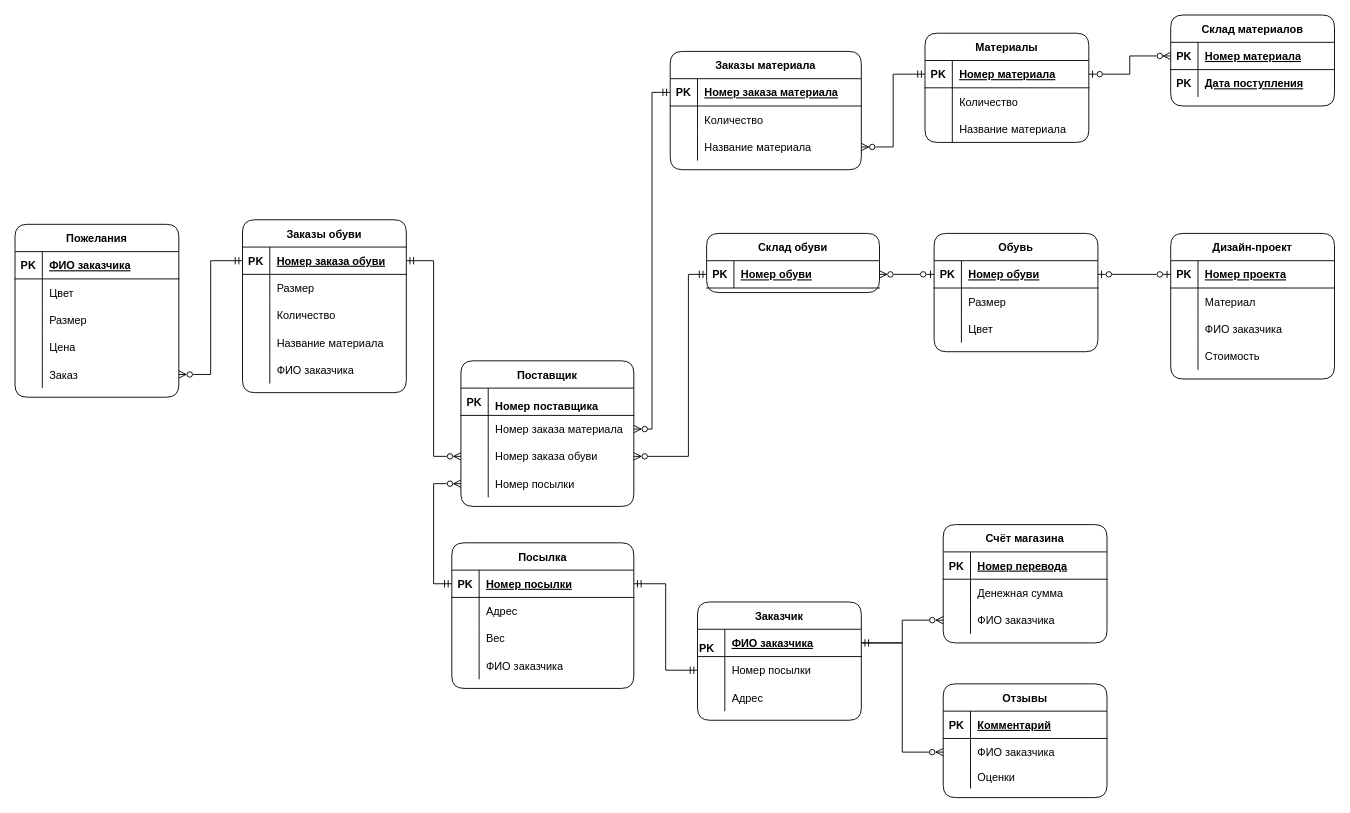
Earlier version of the draw.io diagram Er.drawio (MorozovStanislav/Repozitory). Source tidied: cells renumbered, new cells numbered last; positions are measured from the earlier drawing's top-left corner, leaving out a move shared by most shapes. Both pictures are drawn from the tidied source at 91%, with x=0, y=0 at pixel (15, 15).
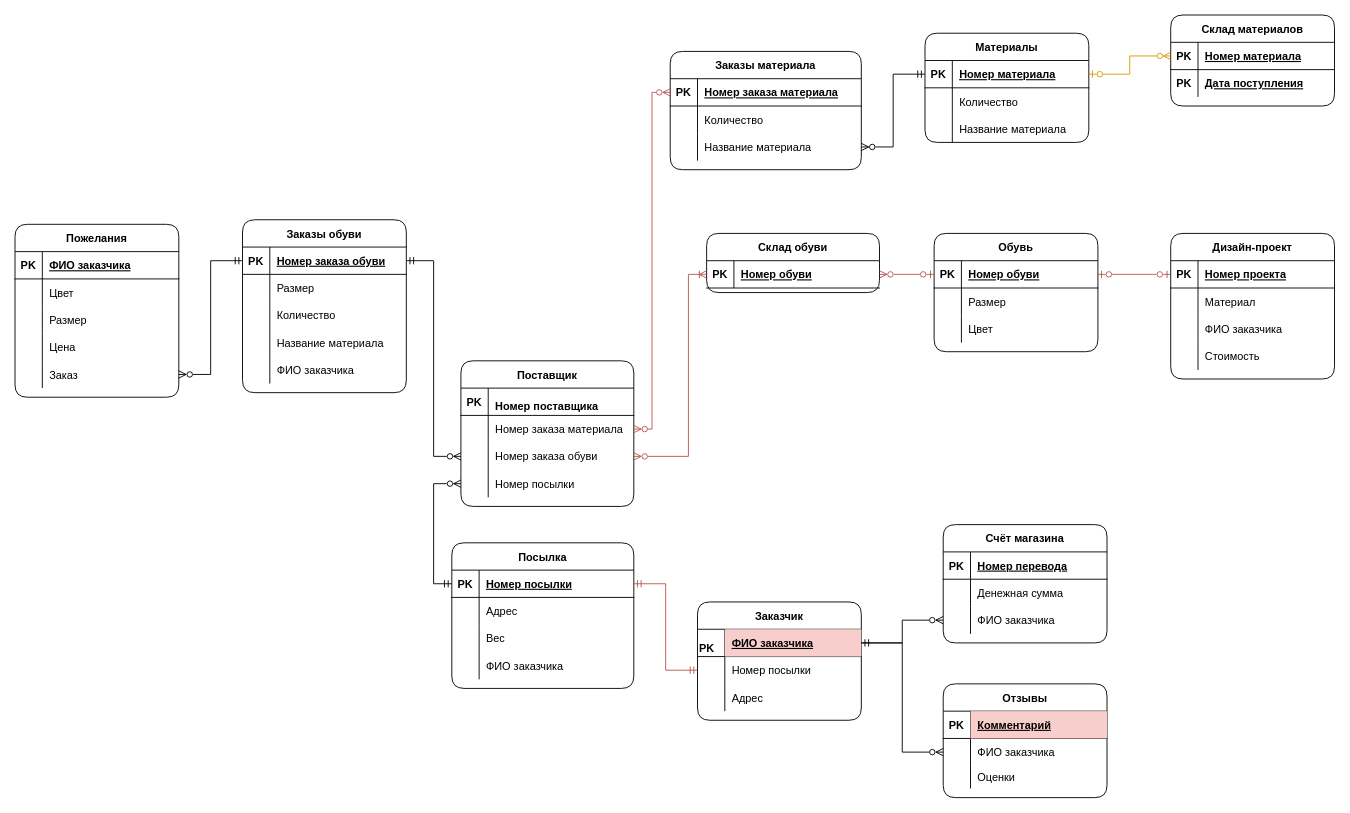
Above is the later version.

Unchanged cells that the change refers to:
```xml
<mxCell id="19" style="shape=partialRectangle;fillColor=none;top=0;left=0;bottom=1;right=0;points=[[0,0.5],[1,0.5]];portConstraint=eastwest;" parent="18" vertex="1">
  <mxGeometry y="30" width="210" height="30" as="geometry" />
</mxCell>
<mxCell id="45" style="shape=partialRectangle;fillColor=none;top=0;left=0;bottom=1;right=0;points=[[0,0.5],[1,0.5]];portConstraint=eastwest;" parent="44" vertex="1">
  <mxGeometry y="30" width="180" height="30" as="geometry" />
</mxCell>
<mxCell id="61" style="shape=partialRectangle;fillColor=none;top=0;left=0;bottom=1;right=0;points=[[0,0.5],[1,0.5]];portConstraint=eastwest;" parent="60" vertex="1">
  <mxGeometry y="30" width="180" height="30" as="geometry" />
</mxCell>
<mxCell id="81" style="shape=partialRectangle;fillColor=none;top=0;left=0;bottom=1;right=0;points=[[0,0.5],[1,0.5]];portConstraint=eastwest;" parent="80" vertex="1">
  <mxGeometry y="30" width="190" height="30" as="geometry" />
</mxCell>
<mxCell id="85" style="shape=partialRectangle;fillColor=none;top=0;left=0;bottom=1;right=0;points=[[0,0.5],[1,0.5]];portConstraint=eastwest;" parent="84" vertex="1">
  <mxGeometry y="30" width="200" height="30" as="geometry" />
</mxCell>
<mxCell id="101" style="shape=partialRectangle;fillColor=none;top=0;left=0;bottom=0;right=0;points=[[0,0.5],[1,0.5]];portConstraint=eastwest;rounded=1;sketch=0;" parent="97" vertex="1">
  <mxGeometry y="60" width="190" height="30" as="geometry" />
</mxCell>
<mxCell id="104" style="shape=partialRectangle;fillColor=none;top=0;left=0;bottom=0;right=0;points=[[0,0.5],[1,0.5]];portConstraint=eastwest;rounded=1;sketch=0;" parent="97" vertex="1">
  <mxGeometry y="90" width="190" height="30" as="geometry" />
</mxCell>
<mxCell id="115" style="shape=partialRectangle;fillColor=none;top=0;left=0;bottom=1;right=0;points=[[0,0.5],[1,0.5]];portConstraint=eastwest;rounded=1;sketch=0;align=left;verticalAlign=bottom;" parent="114" vertex="1">
  <mxGeometry y="30" width="180" height="30" as="geometry" />
</mxCell>
<mxCell id="118" style="shape=partialRectangle;fillColor=none;top=0;left=0;bottom=0;right=0;points=[[0,0.5],[1,0.5]];portConstraint=eastwest;rounded=1;sketch=0;align=left;verticalAlign=bottom;" parent="114" vertex="1">
  <mxGeometry y="60" width="180" height="30" as="geometry" />
</mxCell>
<mxCell id="130" style="shape=partialRectangle;fillColor=none;top=0;left=0;bottom=1;right=0;points=[[0,0.5],[1,0.5]];portConstraint=eastwest;" parent="129" vertex="1">
  <mxGeometry y="30" width="180" height="30" as="geometry" />
</mxCell>
<mxCell id="143" style="shape=partialRectangle;fillColor=none;top=0;left=0;bottom=1;right=0;points=[[0,0.5],[1,0.5]];portConstraint=eastwest;rounded=1;" parent="142" vertex="1">
  <mxGeometry y="30" width="180" height="30" as="geometry" />
</mxCell>
<mxCell id="150" style="shape=partialRectangle;fillColor=none;top=0;left=0;bottom=1;right=0;points=[[0,0.5],[1,0.5]];portConstraint=eastwest;rounded=1;" parent="149" vertex="1">
  <mxGeometry y="30" width="180" height="30" as="geometry" />
</mxCell>
```

Change to the diagram source:
```diff
@@
-    <mxCell id="63" value="Комментарий" style="shape=partialRectangle;fillColor=none;top=0;left=0;bottom=0;right=0;align=left;spacingLeft=6;fontStyle=5;overflow=hidden;" parent="61" vertex="1">
+    <mxCell id="63" value="Комментарий" style="shape=partialRectangle;fillColor=#f8cecc;top=0;left=0;bottom=0;right=0;align=left;spacingLeft=6;fontStyle=5;overflow=hidden;strokeColor=#b85450;" parent="61" vertex="1">
       <mxGeometry x="30" width="150" height="30" as="geometry" />
     </mxCell>
@@
-    <mxCell id="110" style="edgeStyle=orthogonalEdgeStyle;rounded=0;jettySize=auto;html=1;exitX=0;exitY=0.5;exitDx=0;exitDy=0;startArrow=ERmandOne;startFill=0;endArrow=ERzeroToMany;endFill=0;" parent="1" edge="1" source="81" target="104">
+    <mxCell id="110" style="edgeStyle=orthogonalEdgeStyle;rounded=0;jettySize=auto;html=1;exitX=0;exitY=0.5;exitDx=0;exitDy=0;startArrow=ERoneToMany;startFill=0;endArrow=ERzeroToMany;endFill=0;fillColor=#f8cecc;strokeColor=#b85450;" parent="1" edge="1" source="81" target="104">
       <mxGeometry relative="1" as="geometry">
         <Array as="points">
           <mxPoint x="740" y="285" />
           <mxPoint x="740" y="485" />
         </Array>
       </mxGeometry>
     </mxCell>
-    <mxCell id="111" style="edgeStyle=orthogonalEdgeStyle;rounded=0;jettySize=auto;html=1;startArrow=ERmandOne;startFill=0;endArrow=ERzeroToMany;endFill=0;" parent="1" edge="1" source="19" target="101">
+    <mxCell id="111" style="edgeStyle=orthogonalEdgeStyle;rounded=0;jettySize=auto;html=1;startArrow=ERzeroToMany;startFill=0;endArrow=ERzeroToMany;endFill=0;fillColor=#f8cecc;strokeColor=#b85450;" parent="1" edge="1" source="19" target="101">
       <mxGeometry relative="1" as="geometry" />
     </mxCell>
@@
-    <mxCell id="117" value="ФИО заказчика" style="shape=partialRectangle;fillColor=none;top=0;left=0;bottom=0;right=0;align=left;spacingLeft=6;fontStyle=5;overflow=hidden;rounded=1;sketch=0;" parent="115" vertex="1">
+    <mxCell id="117" value="ФИО заказчика" style="shape=partialRectangle;fillColor=#f8cecc;top=0;left=0;bottom=0;right=0;align=left;spacingLeft=6;fontStyle=5;overflow=hidden;rounded=1;sketch=0;strokeColor=#b85450;" parent="115" vertex="1">
       <mxGeometry x="30" width="150" height="30" as="geometry" />
     </mxCell>
@@
-    <mxCell id="126" style="edgeStyle=orthogonalEdgeStyle;rounded=0;jettySize=auto;html=1;entryX=0;entryY=0.5;entryDx=0;entryDy=0;startArrow=ERmandOne;startFill=0;endArrow=ERmandOne;endFill=0;" parent="1" edge="1" source="85" target="118">
+    <mxCell id="126" style="edgeStyle=orthogonalEdgeStyle;rounded=0;jettySize=auto;html=1;entryX=0;entryY=0.5;entryDx=0;entryDy=0;startArrow=ERmandOne;startFill=0;endArrow=ERmandOne;endFill=0;fillColor=#f8cecc;strokeColor=#b85450;" parent="1" edge="1" source="85" target="118">
       <mxGeometry relative="1" as="geometry" />
     </mxCell>
@@
-    <mxCell id="161" style="edgeStyle=orthogonalEdgeStyle;rounded=0;jettySize=auto;html=1;fontColor=#000000;startArrow=ERzeroToOne;startFill=0;endArrow=ERzeroToMany;endFill=0;" parent="1" edge="1" source="45" target="143">
+    <mxCell id="161" style="edgeStyle=orthogonalEdgeStyle;rounded=0;jettySize=auto;html=1;fontColor=#000000;startArrow=ERzeroToOne;startFill=0;endArrow=ERzeroToMany;endFill=0;fillColor=#ffe6cc;strokeColor=#d79b00;" parent="1" edge="1" source="45" target="143">
       <mxGeometry relative="1" as="geometry" />
     </mxCell>
-    <mxCell id="162" style="edgeStyle=orthogonalEdgeStyle;rounded=0;jettySize=auto;html=1;fontColor=#000000;startArrow=ERzeroToOne;startFill=0;endArrow=ERzeroToMany;endFill=0;" parent="1" edge="1" source="150" target="81">
+    <mxCell id="162" style="edgeStyle=orthogonalEdgeStyle;rounded=0;jettySize=auto;html=1;fontColor=#000000;startArrow=ERzeroToOne;startFill=0;endArrow=ERzeroToMany;endFill=0;fillColor=#f8cecc;strokeColor=#b85450;" parent="1" edge="1" source="150" target="81">
       <mxGeometry relative="1" as="geometry" />
     </mxCell>
-    <mxCell id="163" style="edgeStyle=orthogonalEdgeStyle;rounded=0;jettySize=auto;html=1;fontColor=#000000;startArrow=ERzeroToOne;startFill=0;endArrow=ERzeroToOne;endFill=0;" parent="1" edge="1" source="150" target="130">
+    <mxCell id="163" style="edgeStyle=orthogonalEdgeStyle;rounded=0;jettySize=auto;html=1;fontColor=#000000;startArrow=ERzeroToOne;startFill=0;endArrow=ERzeroToOne;endFill=0;fillColor=#f8cecc;strokeColor=#b85450;" parent="1" edge="1" source="150" target="130">
       <mxGeometry relative="1" as="geometry" />
     </mxCell>
```
